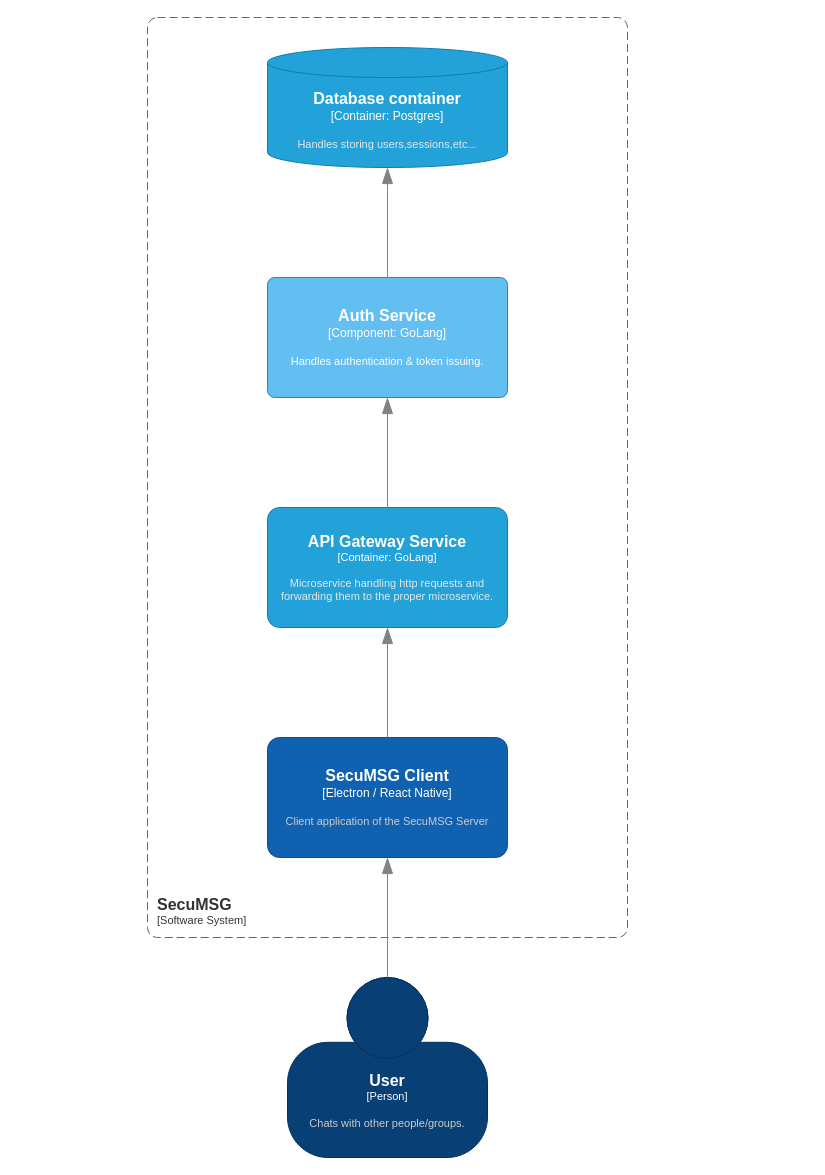
Earlier version of the draw.io diagram page "C2" (2 of 3) of docs/C4 Diagram Individual Sem 7.drawio (Klickk/SecuMSG-Server). Source tidied: cells renumbered, new cells numbered last; positions are measured from the earlier drawing's top-left corner, leaving out a move shared by most shapes. Both pictures are drawn from the tidied source at 100%, with x=0, y=0 at pixel (147, 17).
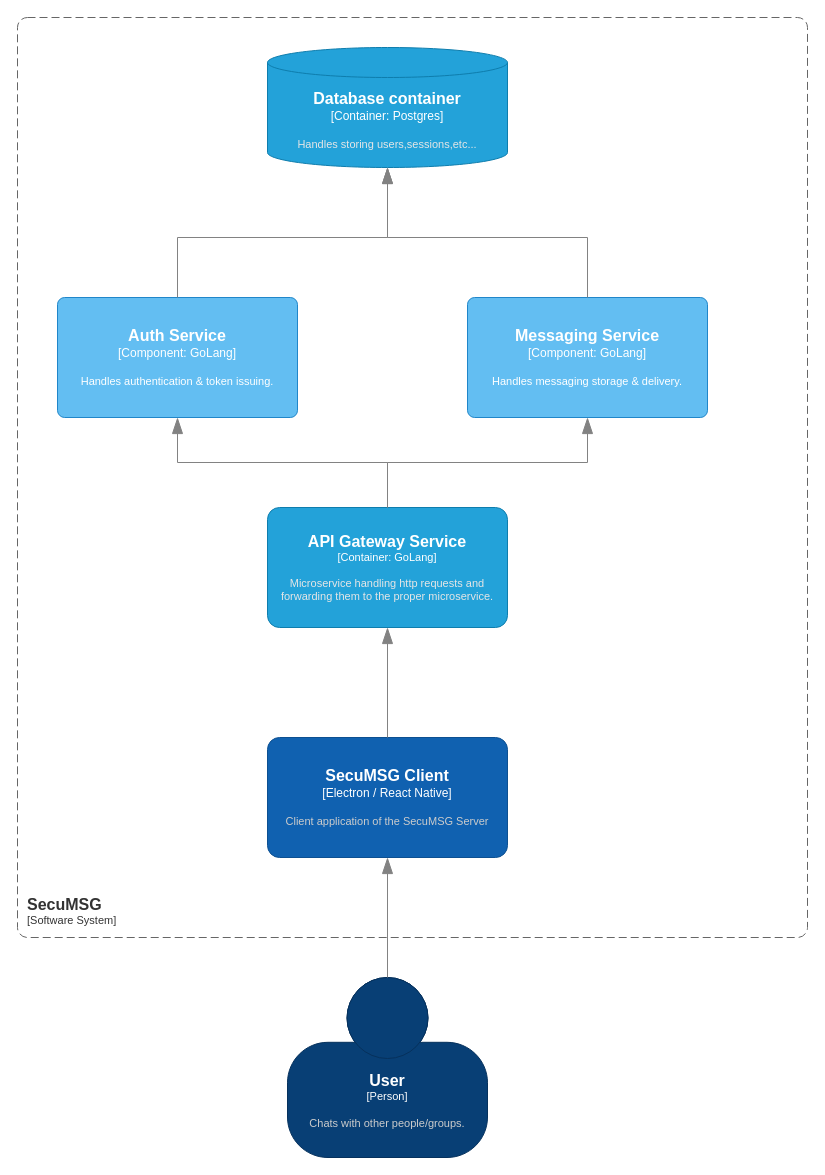
Above is the later version.

Unchanged cells that the change refers to:
```xml
<object id="4" label="&lt;font style=&quot;font-size: 16px&quot;&gt;&lt;b&gt;%c4Name%&lt;/b&gt;&lt;/font&gt;&lt;div&gt;[%c4Type%: %c4Technology%]&lt;/div&gt;&lt;br&gt;&lt;div&gt;&lt;font style=&quot;font-size: 11px&quot;&gt;&lt;font color=&quot;#E6E6E6&quot;&gt;%c4Description%&lt;/font&gt;&lt;/div&gt;" c4Description="Microservice handling http requests and forwarding them to the proper microservice." c4Name="API Gateway Service" c4Technology="GoLang" c4Type="Container" placeholders="1">
  <mxCell style="rounded=1;whiteSpace=wrap;html=1;fontSize=11;labelBackgroundColor=none;fillColor=#23A2D9;fontColor=#ffffff;align=center;arcSize=10;strokeColor=#0E7DAD;points=[[0.25,0,0],[0.5,0,0],[0.75,0,0],[1,0.25,0],[1,0.5,0],[1,0.75,0],[0.75,1,0],[0.5,1,0],[0.25,1,0],[0,0.75,0],[0,0.5,0],[0,0.25,0]];" parent="1" vertex="1">
    <mxGeometry x="120" y="490" width="240" height="120" as="geometry" />
  </mxCell>
</object>
<object id="10" label="&lt;font style=&quot;font-size: 16px&quot;&gt;&lt;b&gt;%c4Name%&lt;/b&gt;&lt;/font&gt;&lt;div&gt;[%c4Type%:&amp;nbsp;%c4Technology%]&lt;/div&gt;&lt;br&gt;&lt;div&gt;&lt;font style=&quot;font-size: 11px&quot;&gt;&lt;font color=&quot;#E6E6E6&quot;&gt;%c4Description%&lt;/font&gt;&lt;/div&gt;" c4Description="Handles storing users,sessions,etc..." c4Name="Database container" c4Technology="Postgres" c4Type="Container" placeholders="1">
  <mxCell style="shape=cylinder3;size=15;whiteSpace=wrap;html=1;boundedLbl=1;rounded=0;labelBackgroundColor=none;fillColor=#23A2D9;fontSize=12;fontColor=#ffffff;align=center;strokeColor=#0E7DAD;points=[[0.5,0,0],[1,0.25,0],[1,0.5,0],[1,0.75,0],[0.5,1,0],[0,0.75,0],[0,0.5,0],[0,0.25,0]];" parent="1" vertex="1">
    <mxGeometry x="120" y="30" width="240" height="120" as="geometry" />
  </mxCell>
</object>
```

Change to the diagram source:
```diff
@@
     <object id="5" label="&lt;font style=&quot;font-size: 16px&quot;&gt;&lt;b&gt;&lt;div style=&quot;text-align: left&quot;&gt;%c4Name%&lt;/div&gt;&lt;/b&gt;&lt;/font&gt;&lt;div style=&quot;text-align: left&quot;&gt;[%c4Application%]&lt;/div&gt;" c4Application="Software System" c4Name="SecuMSG" placeholders="1">
       <mxCell style="rounded=1;fontSize=11;whiteSpace=wrap;html=1;dashed=1;arcSize=20;fillColor=none;strokeColor=#666666;fontColor=#333333;labelBackgroundColor=none;align=left;verticalAlign=bottom;labelBorderColor=none;spacingTop=0;spacing=10;dashPattern=8 4;perimeter=rectanglePerimeter;noLabel=0;labelPadding=0;absoluteArcSize=1;" parent="1" vertex="1">
-        <mxGeometry width="480" height="920" as="geometry" />
+        <mxGeometry x="-130" width="790" height="920" as="geometry" />
       </mxCell>
     </object>
@@
     <object id="8" label="&lt;font style=&quot;font-size: 16px&quot;&gt;&lt;b&gt;%c4Name%&lt;/b&gt;&lt;/font&gt;&lt;div&gt;[%c4Type%: %c4Technology%]&lt;/div&gt;&lt;br&gt;&lt;div&gt;&lt;font style=&quot;font-size: 11px&quot;&gt;%c4Description%&lt;/font&gt;&lt;/div&gt;" c4Description="Handles authentication &amp; token issuing." c4Name="Auth Service" c4Technology="GoLang" c4Type="Component" placeholders="1">
       <mxCell style="rounded=1;whiteSpace=wrap;html=1;labelBackgroundColor=none;fillColor=#63BEF2;fontColor=#ffffff;align=center;arcSize=6;strokeColor=#2086C9;points=[[0.25,0,0],[0.5,0,0],[0.75,0,0],[1,0.25,0],[1,0.5,0],[1,0.75,0],[0.75,1,0],[0.5,1,0],[0.25,1,0],[0,0.75,0],[0,0.5,0],[0,0.25,0]];" parent="1" vertex="1">
-        <mxGeometry x="120" y="260" width="240" height="120" as="geometry" />
+        <mxGeometry x="-90" y="280" width="240" height="120" as="geometry" />
       </mxCell>
     </object>
@@
     <mxCell id="11" style="endArrow=blockThin;html=1;fontSize=10;fontColor=#404040;strokeWidth=1;endFill=1;strokeColor=#828282;elbow=vertical;endSize=14;startSize=14;jumpStyle=arc;jumpSize=16;rounded=0;edgeStyle=orthogonalEdgeStyle;entryX=0.5;entryY=1;entryDx=0;entryDy=0;entryPerimeter=0;exitX=0.5;exitY=0;exitDx=0;exitDy=0;exitPerimeter=0;" parent="1" edge="1" source="8" target="10">
-      <mxGeometry relative="1" as="geometry" />
+      <mxGeometry relative="1" as="geometry">
+        <Array as="points">
+          <mxPoint x="30" y="220" />
+          <mxPoint x="240" y="220" />
+        </Array>
+      </mxGeometry>
     </mxCell>
+    <object id="12" label="&lt;font style=&quot;font-size: 16px&quot;&gt;&lt;b&gt;%c4Name%&lt;/b&gt;&lt;/font&gt;&lt;div&gt;[%c4Type%: %c4Technology%]&lt;/div&gt;&lt;br&gt;&lt;div&gt;&lt;font style=&quot;font-size: 11px&quot;&gt;%c4Description%&lt;/font&gt;&lt;/div&gt;" c4Description="Handles messaging storage &amp; delivery." c4Name="Messaging Service" c4Technology="GoLang" c4Type="Component" placeholders="1">
+      <mxCell style="rounded=1;whiteSpace=wrap;html=1;labelBackgroundColor=none;fillColor=#63BEF2;fontColor=#ffffff;align=center;arcSize=6;strokeColor=#2086C9;points=[[0.25,0,0],[0.5,0,0],[0.75,0,0],[1,0.25,0],[1,0.5,0],[1,0.75,0],[0.75,1,0],[0.5,1,0],[0.25,1,0],[0,0.75,0],[0,0.5,0],[0,0.25,0]];" parent="1" vertex="1">
+        <mxGeometry x="320" y="280" width="240" height="120" as="geometry" />
+      </mxCell>
+    </object>
+    <mxCell id="13" style="endArrow=blockThin;html=1;fontSize=10;fontColor=#404040;strokeWidth=1;endFill=1;strokeColor=#828282;elbow=vertical;endSize=14;startSize=14;jumpStyle=arc;jumpSize=16;rounded=0;edgeStyle=orthogonalEdgeStyle;entryX=0.5;entryY=1;entryDx=0;entryDy=0;entryPerimeter=0;exitX=0.5;exitY=0;exitDx=0;exitDy=0;exitPerimeter=0;" parent="1" edge="1" source="4" target="12">
+      <mxGeometry relative="1" as="geometry" />
+    </mxCell>
+    <mxCell id="14" style="endArrow=blockThin;html=1;fontSize=10;fontColor=#404040;strokeWidth=1;endFill=1;strokeColor=#828282;elbow=vertical;endSize=14;startSize=14;jumpStyle=arc;jumpSize=16;rounded=0;edgeStyle=orthogonalEdgeStyle;exitX=0.5;exitY=0;exitDx=0;exitDy=0;exitPerimeter=0;entryX=0.5;entryY=1;entryDx=0;entryDy=0;entryPerimeter=0;" parent="1" edge="1" source="12" target="10">
+      <mxGeometry relative="1" as="geometry">
+        <Array as="points">
+          <mxPoint x="440" y="220" />
+          <mxPoint x="240" y="220" />
+        </Array>
+      </mxGeometry>
+    </mxCell>
```
